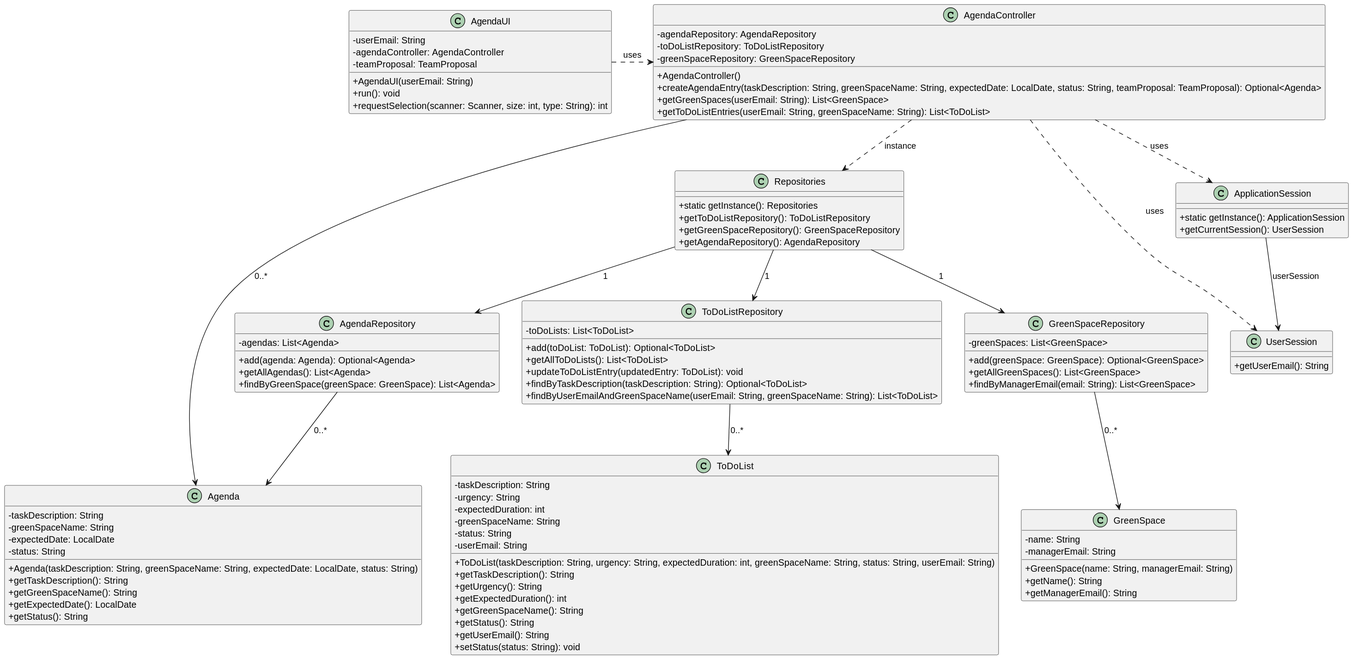
Earlier version of the PlantUML export docs/sprintC/us022/03.design/svg/us002-class-diagram.svg (Departamento-de-Engenharia-Informatica/greenspace-management).
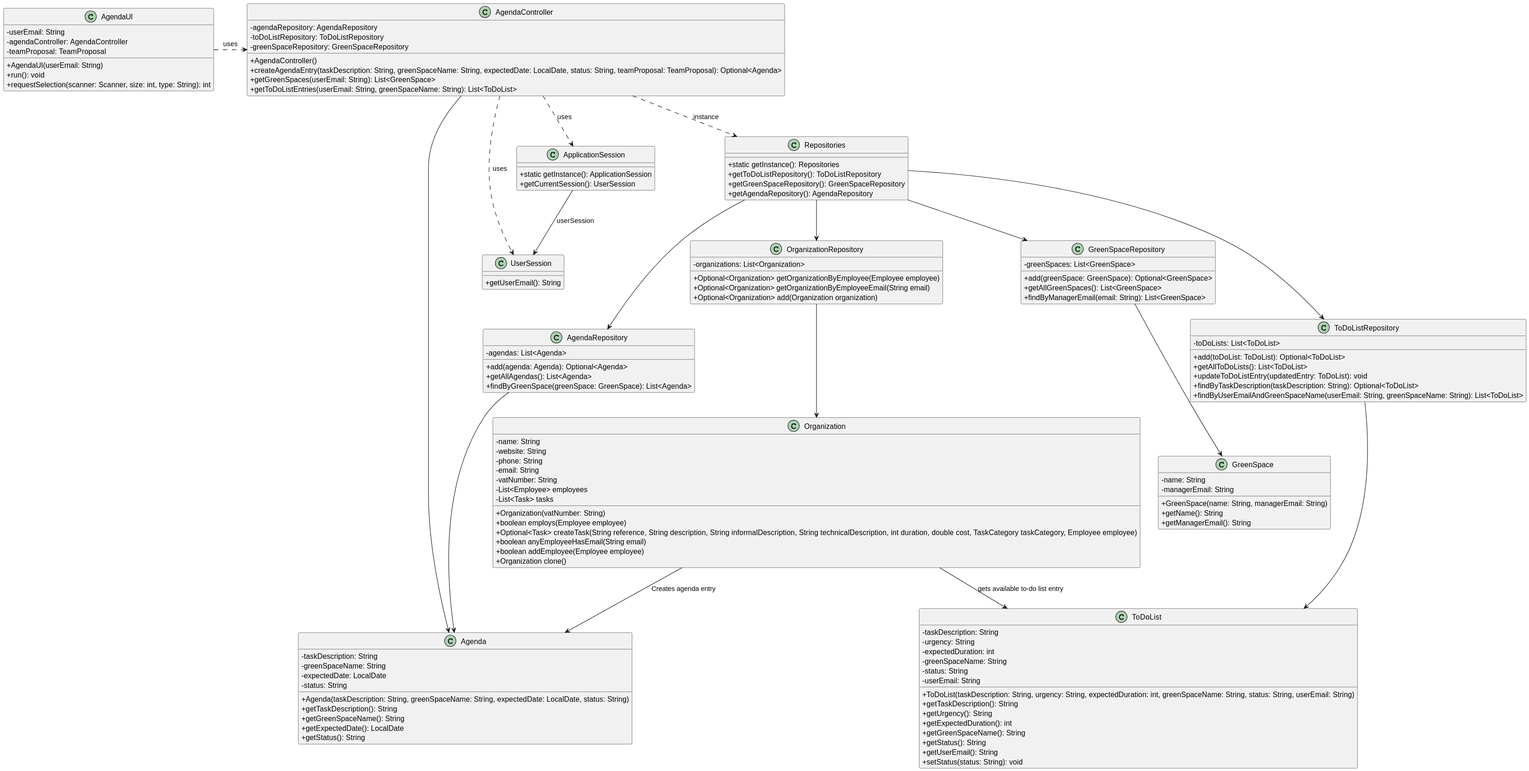
Later version of the same file.

Change to the diagram source:
```diff
@@ -62,7 +62,29 @@
     + getExpectedDate(): LocalDate
     + getStatus(): String
 }
+class OrganizationRepository {
+    - organizations: List<Organization>
 
+    + Optional<Organization> getOrganizationByEmployee(Employee employee)
+    + Optional<Organization> getOrganizationByEmployeeEmail(String email)
+    + Optional<Organization> add(Organization organization)
+}
+class Organization {
+    - name: String
+    - website: String
+    - phone: String
+    - email: String
+    - vatNumber: String
+    - List<Employee> employees
+    - List<Task> tasks
+
+    + Organization(vatNumber: String)
+    + boolean employs(Employee employee)
+    + Optional<Task> createTask(String reference, String description, String informalDescription, String technicalDescription, int duration, double cost, TaskCategory taskCategory, Employee employee)
+    + boolean anyEmployeeHasEmail(String email)
+    + boolean addEmployee(Employee employee)
+    + Organization clone()
+}
 class AgendaRepository {
     - agendas: List<Agenda>
 
@@ -113,12 +135,15 @@
 AgendaController ..> UserSession : uses
 AgendaController ..> Repositories : instance
 AgendaUI .> AgendaController : uses
-AgendaController --> Agenda : 0..*
-
-ToDoListRepository --> ToDoList : 0..*
-GreenSpaceRepository --> GreenSpace : 0..*
-AgendaRepository --> Agenda : 0..*
-Repositories --> ToDoListRepository : 1
-Repositories --> GreenSpaceRepository : 1
-Repositories --> AgendaRepository : 1
+AgendaController --> Agenda
+Repositories --> OrganizationRepository
+OrganizationRepository --> Organization
+Organization --> ToDoList : gets available to-do list entry
+Organization --> Agenda : Creates agenda entry
+ToDoListRepository --> ToDoList
+GreenSpaceRepository --> GreenSpace
+AgendaRepository --> Agenda
+Repositories --> ToDoListRepository
+Repositories --> GreenSpaceRepository
+Repositories --> AgendaRepository
 @enduml
```
